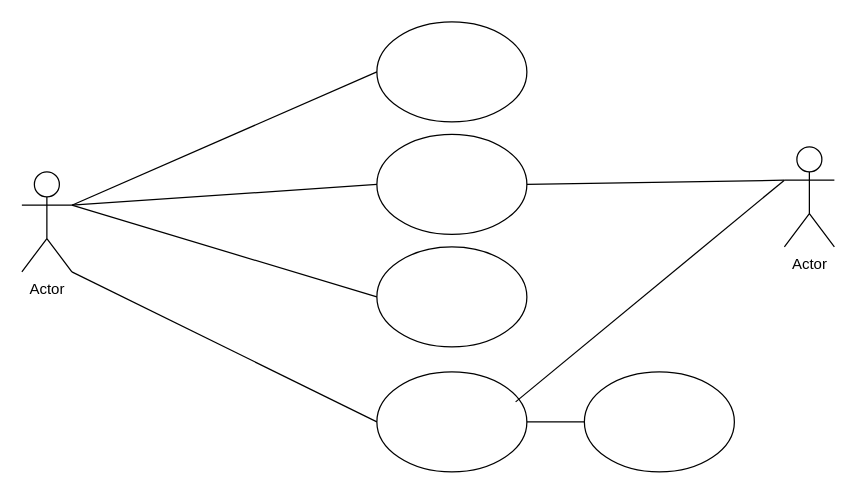
This is page "Página-1" (1 of 6) of diagramaderequisitos.drawio from jkkauany/diagramaderequisitos, a draw.io file, before an edit. Source tidied: cells renumbered, new cells numbered last; positions are measured from the earlier drawing's top-left corner, leaving out a move shared by most shapes. Both pictures are drawn from the tidied source at 125%, with x=0, y=0 at pixel (21, 21).
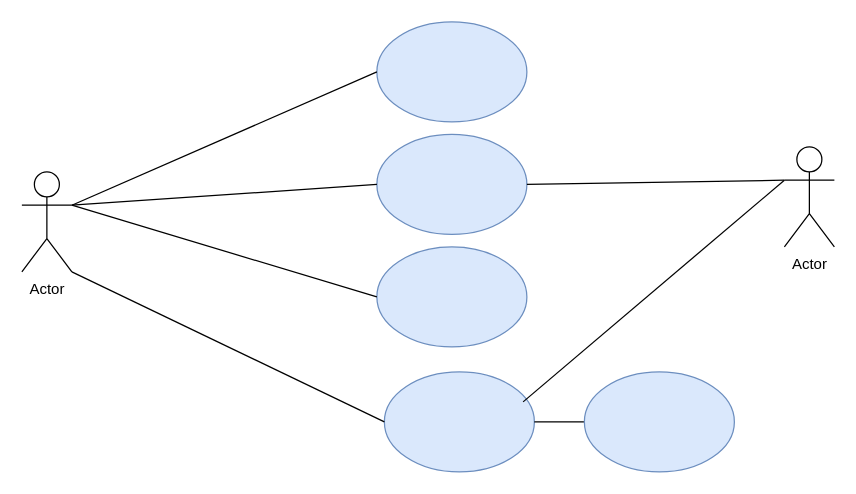
The same page after the edit.

Change to the diagram source:
```diff
@@
 <mxGraphModel>
   <root>
     <mxCell id="0" />
     <mxCell id="1" parent="0" />
-    <mxCell id="2" style="ellipse;whiteSpace=wrap;html=1;" parent="1" vertex="1">
+    <mxCell id="2" style="ellipse;whiteSpace=wrap;html=1;fillColor=#dae8fc;strokeColor=#6c8ebf;" parent="1" vertex="1">
       <mxGeometry x="284" width="120" height="80" as="geometry" />
     </mxCell>
-    <mxCell id="3" style="ellipse;whiteSpace=wrap;html=1;" parent="1" vertex="1">
+    <mxCell id="3" style="ellipse;whiteSpace=wrap;html=1;fillColor=#dae8fc;strokeColor=#6c8ebf;" parent="1" vertex="1">
       <mxGeometry x="284" y="90" width="120" height="80" as="geometry" />
     </mxCell>
-    <mxCell id="4" style="ellipse;whiteSpace=wrap;html=1;" parent="1" vertex="1">
+    <mxCell id="4" style="ellipse;whiteSpace=wrap;html=1;fillColor=#dae8fc;strokeColor=#6c8ebf;" parent="1" vertex="1">
       <mxGeometry x="284" y="180" width="120" height="80" as="geometry" />
     </mxCell>
-    <mxCell id="5" style="ellipse;whiteSpace=wrap;html=1;" parent="1" vertex="1">
-      <mxGeometry x="284" y="280" width="120" height="80" as="geometry" />
+    <mxCell id="5" style="ellipse;whiteSpace=wrap;html=1;fillColor=#dae8fc;strokeColor=#6c8ebf;" parent="1" vertex="1">
+      <mxGeometry x="290" y="280" width="120" height="80" as="geometry" />
     </mxCell>
     <mxCell id="6" value="Actor" style="shape=umlActor;verticalLabelPosition=bottom;verticalAlign=top;html=1;outlineConnect=0;" parent="1" vertex="1">
       <mxGeometry y="120" width="40" height="80" as="geometry" />
     </mxCell>
     <mxCell id="7" style="endArrow=none;html=1;rounded=0;entryX=0;entryY=0.5;entryDx=0;entryDy=0;exitX=1;exitY=0.3333333333333333;exitDx=0;exitDy=0;exitPerimeter=0;" parent="1" edge="1" source="6" target="2">
       <mxGeometry relative="1" as="geometry" />
     </mxCell>
     <mxCell id="8" style="endArrow=none;html=1;rounded=0;entryX=0;entryY=0.5;entryDx=0;entryDy=0;exitX=1;exitY=0.3333333333333333;exitDx=0;exitDy=0;exitPerimeter=0;" parent="1" edge="1" source="6" target="4">
       <mxGeometry relative="1" as="geometry" />
     </mxCell>
     <mxCell id="9" style="endArrow=none;html=1;rounded=0;exitX=1;exitY=1;exitDx=0;exitDy=0;exitPerimeter=0;entryX=0;entryY=0.5;entryDx=0;entryDy=0;" parent="1" edge="1" source="6" target="5">
       <mxGeometry relative="1" as="geometry" />
     </mxCell>
     <mxCell id="10" style="endArrow=none;html=1;rounded=0;exitX=1;exitY=0.5;exitDx=0;exitDy=0;entryX=0;entryY=0.5;entryDx=0;entryDy=0;" parent="1" edge="1" source="5" target="11">
       <mxGeometry relative="1" as="geometry" />
     </mxCell>
-    <mxCell id="11" style="ellipse;whiteSpace=wrap;html=1;" parent="1" vertex="1">
+    <mxCell id="11" style="ellipse;whiteSpace=wrap;html=1;fillColor=#dae8fc;strokeColor=#6c8ebf;" parent="1" vertex="1">
       <mxGeometry x="450" y="280" width="120" height="80" as="geometry" />
     </mxCell>
     <mxCell id="12" style="endArrow=none;html=1;rounded=0;exitX=0.925;exitY=0.3;exitDx=0;exitDy=0;exitPerimeter=0;entryX=0;entryY=0.3333333333333333;entryDx=0;entryDy=0;entryPerimeter=0;" parent="1" edge="1" source="5" target="14">
       <mxGeometry relative="1" as="geometry" />
     </mxCell>
     <mxCell id="13" style="endArrow=none;html=1;rounded=0;exitX=1;exitY=0.5;exitDx=0;exitDy=0;entryX=0;entryY=0.3333333333333333;entryDx=0;entryDy=0;entryPerimeter=0;" parent="1" edge="1" source="3" target="14">
       <mxGeometry relative="1" as="geometry" />
     </mxCell>
     <mxCell id="14" value="Actor" style="shape=umlActor;verticalLabelPosition=bottom;verticalAlign=top;html=1;outlineConnect=0;" parent="1" vertex="1">
       <mxGeometry x="610" y="100" width="40" height="80" as="geometry" />
     </mxCell>
     <mxCell id="15" style="endArrow=none;html=1;rounded=0;entryX=0;entryY=0.5;entryDx=0;entryDy=0;exitX=1;exitY=0.3333333333333333;exitDx=0;exitDy=0;exitPerimeter=0;" parent="1" edge="1" source="6" target="3">
       <mxGeometry relative="1" as="geometry" />
     </mxCell>
   </root>
 </mxGraphModel>
```
